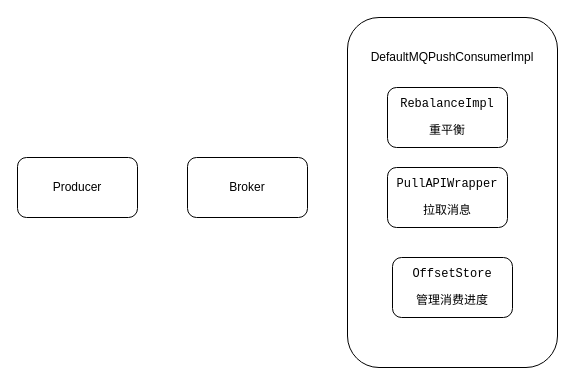
Above: rocketmq/消息消费的三个重要组件.drawio in erlieStar/diagrams (draw.io), before the change. Source tidied: cells renumbered, new cells numbered last; positions are measured from the earlier drawing's top-left corner, leaving out a move shared by most shapes. Both pictures are drawn from the tidied source at 100%, with x=0, y=0 at pixel (17, 17).
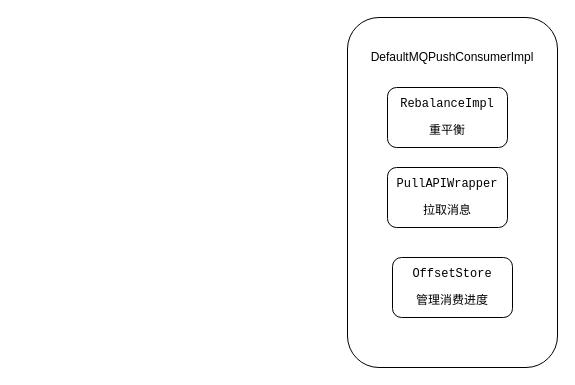
After the change.

Commit message:
Update 消息消费的三个重要组件.drawio

The edit, as a diff of the source:
```diff
@@
 <mxGraphModel>
   <root>
     <mxCell id="0" />
     <mxCell id="1" parent="0" />
-    <mxCell id="2" value="Producer" style="rounded=1;whiteSpace=wrap;html=1;" parent="1" vertex="1">
-      <mxGeometry y="140" width="120" height="60" as="geometry" />
-    </mxCell>
-    <mxCell id="3" value="Broker" style="rounded=1;whiteSpace=wrap;html=1;" parent="1" vertex="1">
-      <mxGeometry x="170" y="140" width="120" height="60" as="geometry" />
-    </mxCell>
     <mxCell id="4" style="rounded=1;whiteSpace=wrap;html=1;" parent="1" vertex="1">
       <mxGeometry x="330" width="210" height="350" as="geometry" />
     </mxCell>
     <mxCell id="5" value="DefaultMQPushConsumerImpl" style="text;html=1;strokeColor=none;fillColor=none;align=center;verticalAlign=middle;whiteSpace=wrap;rounded=0;" parent="1" vertex="1">
       <mxGeometry x="415" y="30" width="40" height="20" as="geometry" />
     </mxCell>
     <mxCell id="6" value="&lt;pre&gt;RebalanceImpl&lt;/pre&gt;&lt;pre&gt;重平衡&lt;/pre&gt;" style="rounded=1;whiteSpace=wrap;html=1;" parent="1" vertex="1">
       <mxGeometry x="370" y="70" width="120" height="60" as="geometry" />
     </mxCell>
     <mxCell id="7" value="&lt;pre&gt;&lt;pre&gt;PullAPIWrapper&lt;/pre&gt;&lt;pre&gt;拉取消息&lt;/pre&gt;&lt;/pre&gt;" style="rounded=1;whiteSpace=wrap;html=1;" parent="1" vertex="1">
       <mxGeometry x="370" y="150" width="120" height="60" as="geometry" />
     </mxCell>
     <mxCell id="8" value="&lt;pre&gt;&lt;pre&gt;&lt;pre&gt;OffsetStore&lt;/pre&gt;&lt;pre&gt;管理消费进度&lt;/pre&gt;&lt;/pre&gt;&lt;/pre&gt;" style="rounded=1;whiteSpace=wrap;html=1;" parent="1" vertex="1">
       <mxGeometry x="375" y="240" width="120" height="60" as="geometry" />
     </mxCell>
   </root>
 </mxGraphModel>
```
